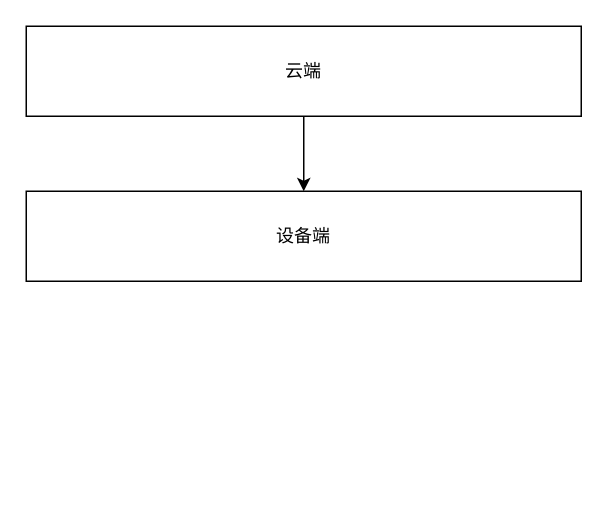
Above: 未命名绘图.drawio in xcli2018/drawio_demo (draw.io), before the change. Source tidied: cells renumbered, new cells numbered last; positions are measured from the earlier drawing's top-left corner, leaving out a move shared by most shapes. Both pictures are drawn from the tidied source at 150%, with x=0, y=0 at pixel (26, 26).
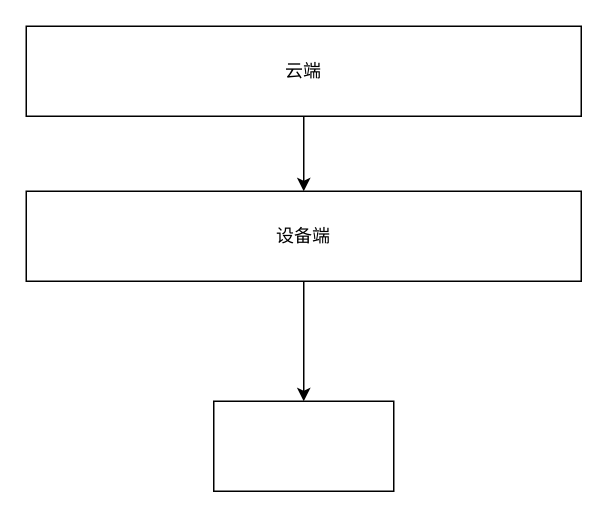
Above is the later version.

What changed in the source:
```diff
@@
 <mxGraphModel>
   <root>
     <mxCell id="0" />
     <mxCell id="1" parent="0" />
     <mxCell id="2" style="edgeStyle=orthogonalEdgeStyle;rounded=0;jettySize=auto;html=1;exitX=0.5;exitY=1;exitDx=0;exitDy=0;" parent="1" edge="1" source="3" target="4">
       <mxGeometry relative="1" as="geometry" />
     </mxCell>
     <mxCell id="3" value="云端" style="rounded=0;whiteSpace=wrap;html=1;" parent="1" vertex="1">
       <mxGeometry width="370" height="60" as="geometry" />
     </mxCell>
+    <mxCell id="5" style="edgeStyle=orthogonalEdgeStyle;rounded=0;jettySize=auto;html=1;" parent="1" edge="1" source="4" target="6">
+      <mxGeometry relative="1" as="geometry" />
+    </mxCell>
     <mxCell id="4" value="设备端" style="rounded=0;whiteSpace=wrap;html=1;" parent="1" vertex="1">
       <mxGeometry y="110" width="370" height="60" as="geometry" />
     </mxCell>
+    <mxCell id="6" style="whiteSpace=wrap;html=1;rounded=0;" parent="1" vertex="1">
+      <mxGeometry x="125" y="250" width="120" height="60" as="geometry" />
+    </mxCell>
   </root>
 </mxGraphModel>
```
